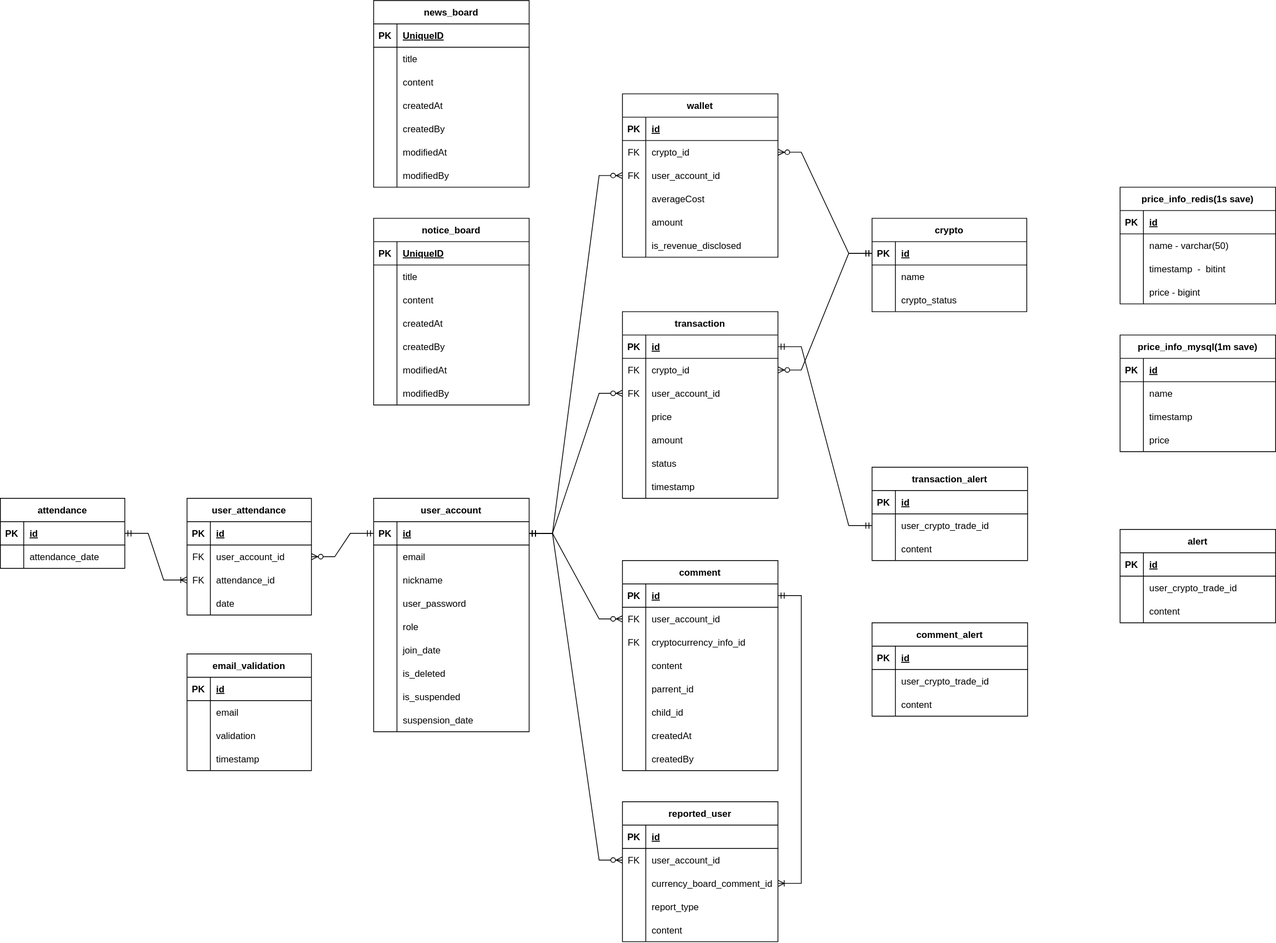
Earlier version of the draw.io export document/erd.svg (O0oO0Oo/Bitcoin-Simulated-Investment-BE). Source tidied: cells renumbered, new cells last; positions are measured from the earlier drawing's top-left corner, leaving out a move shared by most shapes.
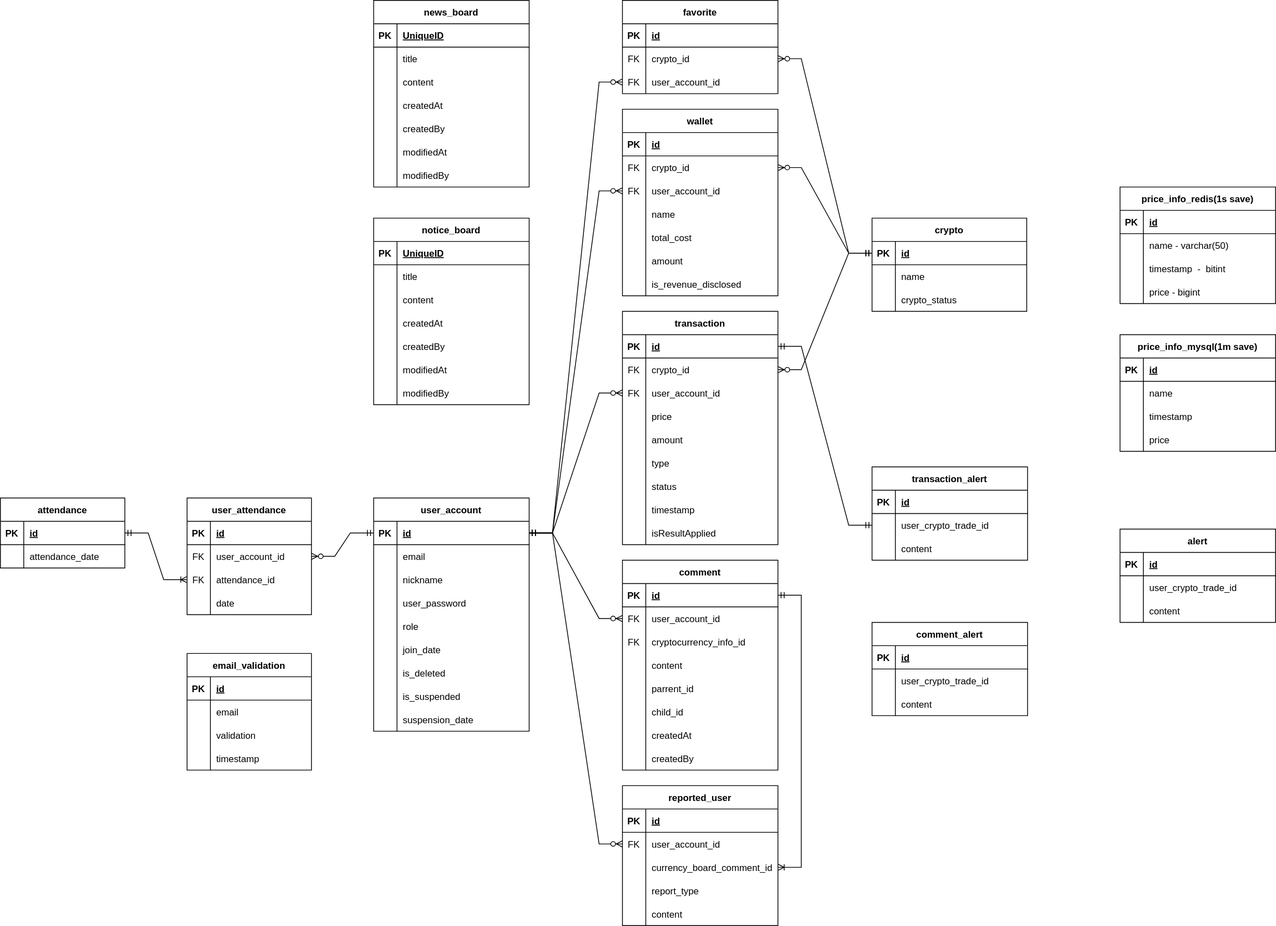
After the commit.

Change to the diagram source:
```diff
@@ -333,7 +333,7 @@
       <mxGeometry x="30" width="170" height="30" as="geometry" />
     </mxCell>
     <mxCell id="112" value="reported_user" style="shape=table;startSize=30;rowLines=0;fontStyle=1;align=center;" parent="1" vertex="1">
-      <mxGeometry x="800" y="1030" width="200" height="180" as="geometry" />
+      <mxGeometry x="800" y="1010" width="200" height="180" as="geometry" />
     </mxCell>
     <mxCell id="113" style="shape=tableRow;horizontal=0;startSize=0;swimlaneHead=0;swimlaneBody=0;fillColor=none;top=0;left=0;right=0;bottom=1;" parent="112" vertex="1">
       <mxGeometry y="30" width="200" height="30" as="geometry" />
@@ -381,7 +381,7 @@
       <mxGeometry x="30" width="170" height="30" as="geometry" />
     </mxCell>
     <mxCell id="128" value="transaction" style="shape=table;startSize=30;rowLines=0;fontStyle=1;align=center;" parent="1" vertex="1">
-      <mxGeometry x="800" y="400" width="200" height="240" as="geometry" />
+      <mxGeometry x="800" y="400" width="200" height="300" as="geometry" />
     </mxCell>
     <mxCell id="129" style="shape=tableRow;horizontal=0;startSize=0;swimlaneHead=0;swimlaneBody=0;fillColor=none;points=[[0,0.5],[1,0.5]];portConstraint=eastwest;top=0;left=0;right=0;bottom=1;" parent="128" vertex="1">
       <mxGeometry y="30" width="200" height="30" as="geometry" />
@@ -428,24 +428,42 @@
     <mxCell id="143" value="amount" style="shape=partialRectangle;fillColor=none;top=0;left=0;bottom=0;right=0;align=left;spacingLeft=6;overflow=hidden;" parent="141" vertex="1">
       <mxGeometry x="30" width="170" height="30" as="geometry" />
     </mxCell>
+    <mxCell id="267" style="shape=tableRow;horizontal=0;startSize=0;swimlaneHead=0;swimlaneBody=0;fillColor=none;top=0;left=0;right=0;bottom=0;" parent="128" vertex="1">
+      <mxGeometry y="180" width="200" height="30" as="geometry" />
+    </mxCell>
+    <mxCell id="268" value="&#10;" style="shape=partialRectangle;fillColor=none;top=0;left=0;bottom=0;right=0;overflow=hidden;" parent="267" vertex="1">
+      <mxGeometry width="30" height="30" as="geometry" />
+    </mxCell>
+    <mxCell id="269" value="type" style="shape=partialRectangle;fillColor=none;top=0;left=0;bottom=0;right=0;align=left;spacingLeft=6;overflow=hidden;" parent="267" vertex="1">
+      <mxGeometry x="30" width="170" height="30" as="geometry" />
+    </mxCell>
     <mxCell id="144" style="shape=tableRow;horizontal=0;startSize=0;swimlaneHead=0;swimlaneBody=0;fillColor=none;top=0;left=0;right=0;bottom=0;" parent="128" vertex="1">
-      <mxGeometry y="180" width="200" height="30" as="geometry" />
+      <mxGeometry y="210" width="200" height="30" as="geometry" />
     </mxCell>
-    <mxCell id="145" style="shape=partialRectangle;fillColor=none;top=0;left=0;bottom=0;right=0;overflow=hidden;" parent="144" vertex="1">
+    <mxCell id="145" value="&#10;" style="shape=partialRectangle;fillColor=none;top=0;left=0;bottom=0;right=0;overflow=hidden;" parent="144" vertex="1">
       <mxGeometry width="30" height="30" as="geometry" />
     </mxCell>
     <mxCell id="146" value="status" style="shape=partialRectangle;fillColor=none;top=0;left=0;bottom=0;right=0;align=left;spacingLeft=6;overflow=hidden;" parent="144" vertex="1">
       <mxGeometry x="30" width="170" height="30" as="geometry" />
     </mxCell>
     <mxCell id="147" style="shape=tableRow;horizontal=0;startSize=0;swimlaneHead=0;swimlaneBody=0;fillColor=none;top=0;left=0;right=0;bottom=0;" parent="128" vertex="1">
-      <mxGeometry y="210" width="200" height="30" as="geometry" />
+      <mxGeometry y="240" width="200" height="30" as="geometry" />
     </mxCell>
-    <mxCell id="148" style="shape=partialRectangle;fillColor=none;top=0;left=0;bottom=0;right=0;overflow=hidden;" parent="147" vertex="1">
+    <mxCell id="148" value="&#10;" style="shape=partialRectangle;fillColor=none;top=0;left=0;bottom=0;right=0;overflow=hidden;" parent="147" vertex="1">
       <mxGeometry width="30" height="30" as="geometry" />
     </mxCell>
     <mxCell id="149" value="timestamp" style="shape=partialRectangle;fillColor=none;top=0;left=0;bottom=0;right=0;align=left;spacingLeft=6;overflow=hidden;" parent="147" vertex="1">
       <mxGeometry x="30" width="170" height="30" as="geometry" />
     </mxCell>
+    <mxCell id="270" style="shape=tableRow;horizontal=0;startSize=0;swimlaneHead=0;swimlaneBody=0;fillColor=none;top=0;left=0;right=0;bottom=0;" parent="128" vertex="1">
+      <mxGeometry y="270" width="200" height="30" as="geometry" />
+    </mxCell>
+    <mxCell id="271" value="&#10;" style="shape=partialRectangle;fillColor=none;top=0;left=0;bottom=0;right=0;overflow=hidden;" parent="270" vertex="1">
+      <mxGeometry width="30" height="30" as="geometry" />
+    </mxCell>
+    <mxCell id="272" value="isResultApplied" style="shape=partialRectangle;fillColor=none;top=0;left=0;bottom=0;right=0;align=left;spacingLeft=6;overflow=hidden;" parent="270" vertex="1">
+      <mxGeometry x="30" width="170" height="30" as="geometry" />
+    </mxCell>
     <mxCell id="150" style="edgeStyle=orthogonalEdgeStyle;rounded=0;orthogonalLoop=1;jettySize=auto;html=1;exitX=1;exitY=0.5;exitDx=0;exitDy=0;" parent="128" edge="1" source="135" target="135">
       <mxGeometry relative="1" as="geometry" />
     </mxCell>
@@ -582,7 +600,7 @@
       <mxGeometry x="30" width="130" height="30" as="geometry" />
     </mxCell>
     <mxCell id="195" value="wallet" style="shape=table;startSize=30;rowLines=0;fontStyle=1;align=center;" parent="1" vertex="1">
-      <mxGeometry x="800" y="120" width="200" height="210" as="geometry" />
+      <mxGeometry x="800" y="140" width="200" height="240" as="geometry" />
     </mxCell>
     <mxCell id="196" style="shape=tableRow;horizontal=0;startSize=0;swimlaneHead=0;swimlaneBody=0;fillColor=none;top=0;left=0;right=0;bottom=1;" parent="195" vertex="1">
       <mxGeometry y="30" width="200" height="30" as="geometry" />
@@ -617,11 +635,20 @@
     <mxCell id="206" style="shape=partialRectangle;fillColor=none;top=0;left=0;bottom=0;right=0;overflow=hidden;" parent="205" vertex="1">
       <mxGeometry width="30" height="30" as="geometry" />
     </mxCell>
-    <mxCell id="207" value="averageCost" style="shape=partialRectangle;fillColor=none;top=0;left=0;bottom=0;right=0;align=left;spacingLeft=6;overflow=hidden;" parent="205" vertex="1">
+    <mxCell id="207" value="name" style="shape=partialRectangle;fillColor=none;top=0;left=0;bottom=0;right=0;align=left;spacingLeft=6;overflow=hidden;" parent="205" vertex="1">
       <mxGeometry x="30" width="170" height="30" as="geometry" />
     </mxCell>
+    <mxCell id="273" style="shape=tableRow;horizontal=0;startSize=0;swimlaneHead=0;swimlaneBody=0;fillColor=none;top=0;left=0;right=0;bottom=0;" parent="195" vertex="1">
+      <mxGeometry y="150" width="200" height="30" as="geometry" />
+    </mxCell>
+    <mxCell id="274" style="shape=partialRectangle;fillColor=none;top=0;left=0;bottom=0;right=0;overflow=hidden;" parent="273" vertex="1">
+      <mxGeometry width="30" height="30" as="geometry" />
+    </mxCell>
+    <mxCell id="275" value="total_cost" style="shape=partialRectangle;fillColor=none;top=0;left=0;bottom=0;right=0;align=left;spacingLeft=6;overflow=hidden;" parent="273" vertex="1">
+      <mxGeometry x="30" width="170" height="30" as="geometry" />
+    </mxCell>
     <mxCell id="208" style="shape=tableRow;horizontal=0;startSize=0;swimlaneHead=0;swimlaneBody=0;fillColor=none;top=0;left=0;right=0;bottom=0;" parent="195" vertex="1">
-      <mxGeometry y="150" width="200" height="30" as="geometry" />
+      <mxGeometry y="180" width="200" height="30" as="geometry" />
     </mxCell>
     <mxCell id="209" style="shape=partialRectangle;fillColor=none;top=0;left=0;bottom=0;right=0;overflow=hidden;" parent="208" vertex="1">
       <mxGeometry width="30" height="30" as="geometry" />
@@ -630,7 +657,7 @@
       <mxGeometry x="30" width="170" height="30" as="geometry" />
     </mxCell>
     <mxCell id="211" style="shape=tableRow;horizontal=0;startSize=0;swimlaneHead=0;swimlaneBody=0;fillColor=none;top=0;left=0;right=0;bottom=0;" parent="195" vertex="1">
-      <mxGeometry y="180" width="200" height="30" as="geometry" />
+      <mxGeometry y="210" width="200" height="30" as="geometry" />
     </mxCell>
     <mxCell id="212" style="shape=partialRectangle;fillColor=none;top=0;left=0;bottom=0;right=0;overflow=hidden;" parent="211" vertex="1">
       <mxGeometry width="30" height="30" as="geometry" />
@@ -797,5 +824,44 @@
     <mxCell id="266" style="edgeStyle=entityRelationEdgeStyle;fontSize=12;html=1;endArrow=ERoneToMany;startArrow=ERmandOne;rounded=0;" parent="1" edge="1" source="189" target="246">
       <mxGeometry relative="1" as="geometry" />
     </mxCell>
+    <mxCell id="276" value="favorite" style="shape=table;startSize=30;rowLines=0;fontStyle=1;align=center;" parent="1" vertex="1">
+      <mxGeometry x="800" width="200" height="120" as="geometry" />
+    </mxCell>
+    <mxCell id="277" style="shape=tableRow;horizontal=0;startSize=0;swimlaneHead=0;swimlaneBody=0;fillColor=none;top=0;left=0;right=0;bottom=1;" parent="276" vertex="1">
+      <mxGeometry y="30" width="200" height="30" as="geometry" />
+    </mxCell>
+    <mxCell id="278" value="PK" style="shape=partialRectangle;fillColor=none;top=0;left=0;bottom=0;right=0;fontStyle=1;overflow=hidden;" parent="277" vertex="1">
+      <mxGeometry width="30" height="30" as="geometry" />
+    </mxCell>
+    <mxCell id="279" value="id" style="shape=partialRectangle;fillColor=none;top=0;left=0;bottom=0;right=0;align=left;spacingLeft=6;fontStyle=5;overflow=hidden;" parent="277" vertex="1">
+      <mxGeometry x="30" width="170" height="30" as="geometry" />
+    </mxCell>
+    <mxCell id="280" style="shape=tableRow;horizontal=0;startSize=0;swimlaneHead=0;swimlaneBody=0;fillColor=none;points=[[0,0.5],[1,0.5]];portConstraint=eastwest;top=0;left=0;right=0;bottom=0;" parent="276" vertex="1">
+      <mxGeometry y="60" width="200" height="30" as="geometry" />
+    </mxCell>
+    <mxCell id="281" value="FK" style="shape=partialRectangle;fillColor=none;top=0;left=0;bottom=0;right=0;overflow=hidden;" parent="280" vertex="1">
+      <mxGeometry width="30" height="30" as="geometry" />
+    </mxCell>
+    <mxCell id="282" value="crypto_id" style="shape=partialRectangle;fillColor=none;top=0;left=0;bottom=0;right=0;align=left;spacingLeft=6;overflow=hidden;" parent="280" vertex="1">
+      <mxGeometry x="30" width="170" height="30" as="geometry" />
+    </mxCell>
+    <mxCell id="283" style="shape=tableRow;horizontal=0;startSize=0;swimlaneHead=0;swimlaneBody=0;fillColor=none;points=[[0,0.5],[1,0.5]];portConstraint=eastwest;top=0;left=0;right=0;bottom=0;" parent="276" vertex="1">
+      <mxGeometry y="90" width="200" height="30" as="geometry" />
+    </mxCell>
+    <mxCell id="284" value="FK" style="shape=partialRectangle;fillColor=none;top=0;left=0;bottom=0;right=0;overflow=hidden;" parent="283" vertex="1">
+      <mxGeometry width="30" height="30" as="geometry" />
+    </mxCell>
+    <mxCell id="285" value="user_account_id" style="shape=partialRectangle;fillColor=none;top=0;left=0;bottom=0;right=0;align=left;spacingLeft=6;overflow=hidden;" parent="283" vertex="1">
+      <mxGeometry x="30" width="170" height="30" as="geometry" />
+    </mxCell>
+    <mxCell id="286" style="edgeStyle=orthogonalEdgeStyle;rounded=0;orthogonalLoop=1;jettySize=auto;html=1;exitX=1;exitY=0.5;exitDx=0;exitDy=0;" parent="276" edge="1" source="283" target="283">
+      <mxGeometry relative="1" as="geometry" />
+    </mxCell>
+    <mxCell id="287" style="edgeStyle=entityRelationEdgeStyle;fontSize=12;html=1;endArrow=ERzeroToMany;startArrow=ERmandOne;rounded=0;exitX=1;exitY=0.5;exitDx=0;exitDy=0;" parent="1" edge="1" source="3" target="283">
+      <mxGeometry relative="1" as="geometry" />
+    </mxCell>
+    <mxCell id="288" style="edgeStyle=entityRelationEdgeStyle;fontSize=12;html=1;endArrow=ERzeroToMany;startArrow=ERmandOne;rounded=0;" parent="1" edge="1" source="178" target="280">
+      <mxGeometry relative="1" as="geometry" />
+    </mxCell>
   </root>
 </mxGraphModel>
```
